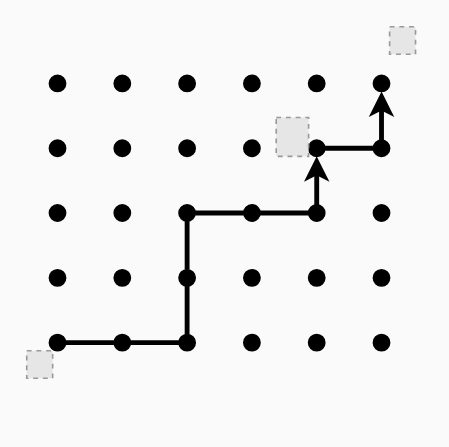
asSqr/draw.io keeps this draw.io diagram as files/suri_rinko_M2_S3.drawio. Above is the earlier version. Source tidied: cells renumbered, new cells numbered last; positions are measured from the earlier drawing's top-left corner, leaving out a move shared by most shapes. Both pictures are drawn from the tidied source at 162%, with x=0, y=0 at pixel (26, 26). Pictures stored in the file or linked from it are replaced by grey dashed boxes.
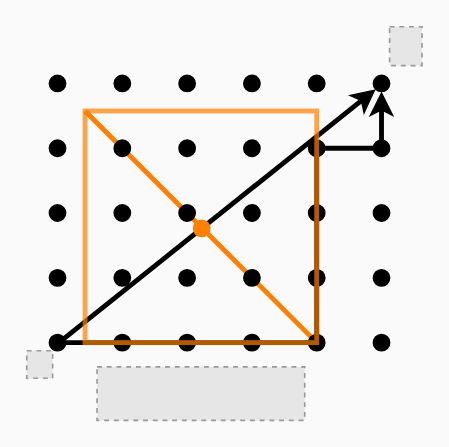
The same page after the edit.

Unchanged cells that the change refers to:
```xml
<mxCell id="6" style="verticalLabelPosition=bottom;verticalAlign=top;html=1;shape=mxgraph.flowchart.on-page_reference;fillColor=#000000;" parent="1" vertex="1">
  <mxGeometry x="14" y="190" width="10" height="10" as="geometry" />
</mxCell>
<mxCell id="11" style="verticalLabelPosition=bottom;verticalAlign=top;html=1;shape=mxgraph.flowchart.on-page_reference;fillColor=#000000;" parent="1" vertex="1">
  <mxGeometry x="54" y="190" width="10" height="10" as="geometry" />
</mxCell>
<mxCell id="14" style="verticalLabelPosition=bottom;verticalAlign=top;html=1;shape=mxgraph.flowchart.on-page_reference;fillColor=#000000;" parent="1" vertex="1">
  <mxGeometry x="94" y="110" width="10" height="10" as="geometry" />
</mxCell>
<mxCell id="15" style="verticalLabelPosition=bottom;verticalAlign=top;html=1;shape=mxgraph.flowchart.on-page_reference;fillColor=#000000;" parent="1" vertex="1">
  <mxGeometry x="94" y="150" width="10" height="10" as="geometry" />
</mxCell>
<mxCell id="16" style="verticalLabelPosition=bottom;verticalAlign=top;html=1;shape=mxgraph.flowchart.on-page_reference;fillColor=#000000;" parent="1" vertex="1">
  <mxGeometry x="94" y="190" width="10" height="10" as="geometry" />
</mxCell>
<mxCell id="19" style="verticalLabelPosition=bottom;verticalAlign=top;html=1;shape=mxgraph.flowchart.on-page_reference;fillColor=#000000;" parent="1" vertex="1">
  <mxGeometry x="134" y="110" width="10" height="10" as="geometry" />
</mxCell>
<mxCell id="23" style="verticalLabelPosition=bottom;verticalAlign=top;html=1;shape=mxgraph.flowchart.on-page_reference;fillColor=#000000;" parent="1" vertex="1">
  <mxGeometry x="174" y="70" width="10" height="10" as="geometry" />
</mxCell>
<mxCell id="24" style="verticalLabelPosition=bottom;verticalAlign=top;html=1;shape=mxgraph.flowchart.on-page_reference;fillColor=#000000;" parent="1" vertex="1">
  <mxGeometry x="174" y="110" width="10" height="10" as="geometry" />
</mxCell>
<mxCell id="26" style="verticalLabelPosition=bottom;verticalAlign=top;html=1;shape=mxgraph.flowchart.on-page_reference;fillColor=#000000;" parent="1" vertex="1">
  <mxGeometry x="174" y="190" width="10" height="10" as="geometry" />
</mxCell>
<mxCell id="27" style="verticalLabelPosition=bottom;verticalAlign=top;html=1;shape=mxgraph.flowchart.on-page_reference;fillColor=#000000;" parent="1" vertex="1">
  <mxGeometry x="214" y="30" width="10" height="10" as="geometry" />
</mxCell>
```

Diff of the diagram source:
```diff
@@
+    <mxCell id="44" style="endArrow=none;html=1;rounded=0;strokeWidth=3;entryX=0;entryY=0;entryDx=0;entryDy=0;exitX=1;exitY=1;exitDx=0;exitDy=0;strokeColor=#FF8000;" parent="1" edge="1" source="46" target="46">
+      <mxGeometry relative="1" as="geometry" />
+    </mxCell>
@@
-    <mxCell id="33" style="endArrow=none;html=1;exitX=1;exitY=0.5;exitDx=0;exitDy=0;exitPerimeter=0;entryX=0;entryY=0.5;entryDx=0;entryDy=0;entryPerimeter=0;strokeWidth=3;" parent="1" edge="1" source="11" target="16">
+    <mxCell id="33" style="endArrow=none;html=1;exitX=1;exitY=0.5;exitDx=0;exitDy=0;exitPerimeter=0;entryX=0;entryY=0.5;entryDx=0;entryDy=0;entryPerimeter=0;strokeWidth=3;" parent="1" edge="1" source="11" target="26">
       <mxGeometry relative="1" as="geometry" />
     </mxCell>
-    <mxCell id="34" style="endArrow=none;html=1;exitX=0.5;exitY=1;exitDx=0;exitDy=0;exitPerimeter=0;entryX=0.5;entryY=0;entryDx=0;entryDy=0;entryPerimeter=0;strokeWidth=3;fillColor=#ffe6cc;" parent="1" edge="1" source="15" target="16">
-      <mxGeometry relative="1" as="geometry" />
-    </mxCell>
-    <mxCell id="35" style="endArrow=none;html=1;exitX=0.5;exitY=1;exitDx=0;exitDy=0;exitPerimeter=0;entryX=0.5;entryY=0;entryDx=0;entryDy=0;entryPerimeter=0;strokeWidth=3;" parent="1" edge="1" source="14" target="15">
+    <mxCell id="35" style="endArrow=none;html=1;exitX=0.5;exitY=1;exitDx=0;exitDy=0;exitPerimeter=0;entryX=0.5;entryY=0;entryDx=0;entryDy=0;entryPerimeter=0;strokeWidth=3;" parent="1" edge="1" source="23" target="26">
       <mxGeometry relative="1" as="geometry" />
     </mxCell>
-    <mxCell id="36" style="endArrow=none;html=1;exitX=0;exitY=0.5;exitDx=0;exitDy=0;exitPerimeter=0;entryX=1;entryY=0.5;entryDx=0;entryDy=0;entryPerimeter=0;strokeWidth=3;" parent="1" edge="1" source="19" target="14">
-      <mxGeometry relative="1" as="geometry" />
-    </mxCell>
-    <mxCell id="37" style="endArrow=none;html=1;exitX=0;exitY=0.5;exitDx=0;exitDy=0;exitPerimeter=0;strokeWidth=3;" parent="1" edge="1" source="24">
-      <mxGeometry relative="1" as="geometry">
-        <mxPoint x="136" y="115" as="targetPoint" />
-      </mxGeometry>
-    </mxCell>
@@
     <mxCell id="40" style="fillColor=#E6E6E6;strokeColor=#999999;dashed=1;verticalLabelPosition=bottom;labelBackgroundColor=#ffffff;verticalAlign=top;" parent="1" vertex="1">
-      <mxGeometry x="154" y="56" width="20" height="24" as="geometry" />
+      <mxGeometry x="224" width="20" height="24" as="geometry" />
     </mxCell>
-    <mxCell id="41" style="endArrow=classic;html=1;strokeWidth=3;entryX=0.5;entryY=1;entryDx=0;entryDy=0;entryPerimeter=0;" parent="1" edge="1" target="23">
-      <mxGeometry relative="1" as="geometry">
-        <mxPoint x="179" y="111" as="sourcePoint" />
-      </mxGeometry>
-    </mxCell>
-    <mxCell id="42" style="fillColor=#E6E6E6;strokeColor=#999999;dashed=1;verticalLabelPosition=bottom;labelBackgroundColor=#ffffff;verticalAlign=top;" parent="1" vertex="1">
-      <mxGeometry x="224" width="16" height="17" as="geometry" />
-    </mxCell>
@@
+    <mxCell id="45" style="endArrow=classic;html=1;rounded=0;strokeWidth=3;entryX=0.145;entryY=0.855;entryDx=0;entryDy=0;entryPerimeter=0;exitX=0.145;exitY=0.855;exitDx=0;exitDy=0;exitPerimeter=0;" parent="1" edge="1" source="6" target="27">
+      <mxGeometry relative="1" as="geometry" />
+    </mxCell>
+    <mxCell id="46" style="rounded=0;whiteSpace=wrap;html=1;fillColor=none;strokeWidth=3;strokeColor=#FF8000;opacity=70;" parent="1" vertex="1">
+      <mxGeometry x="36" y="52" width="143" height="143" as="geometry" />
+    </mxCell>
+    <mxCell id="47" style="verticalLabelPosition=bottom;verticalAlign=top;html=1;shape=mxgraph.flowchart.on-page_reference;fillColor=#FF8000;strokeColor=#FF8000;" parent="1" vertex="1">
+      <mxGeometry x="103" y="119.5" width="10" height="10" as="geometry" />
+    </mxCell>
+    <mxCell id="48" style="fillColor=#E6E6E6;strokeColor=#999999;dashed=1;verticalLabelPosition=bottom;labelBackgroundColor=#ffffff;verticalAlign=top;" parent="1" vertex="1">
+      <mxGeometry x="43.4" y="210" width="128.2" height="33" as="geometry" />
+    </mxCell>
```
